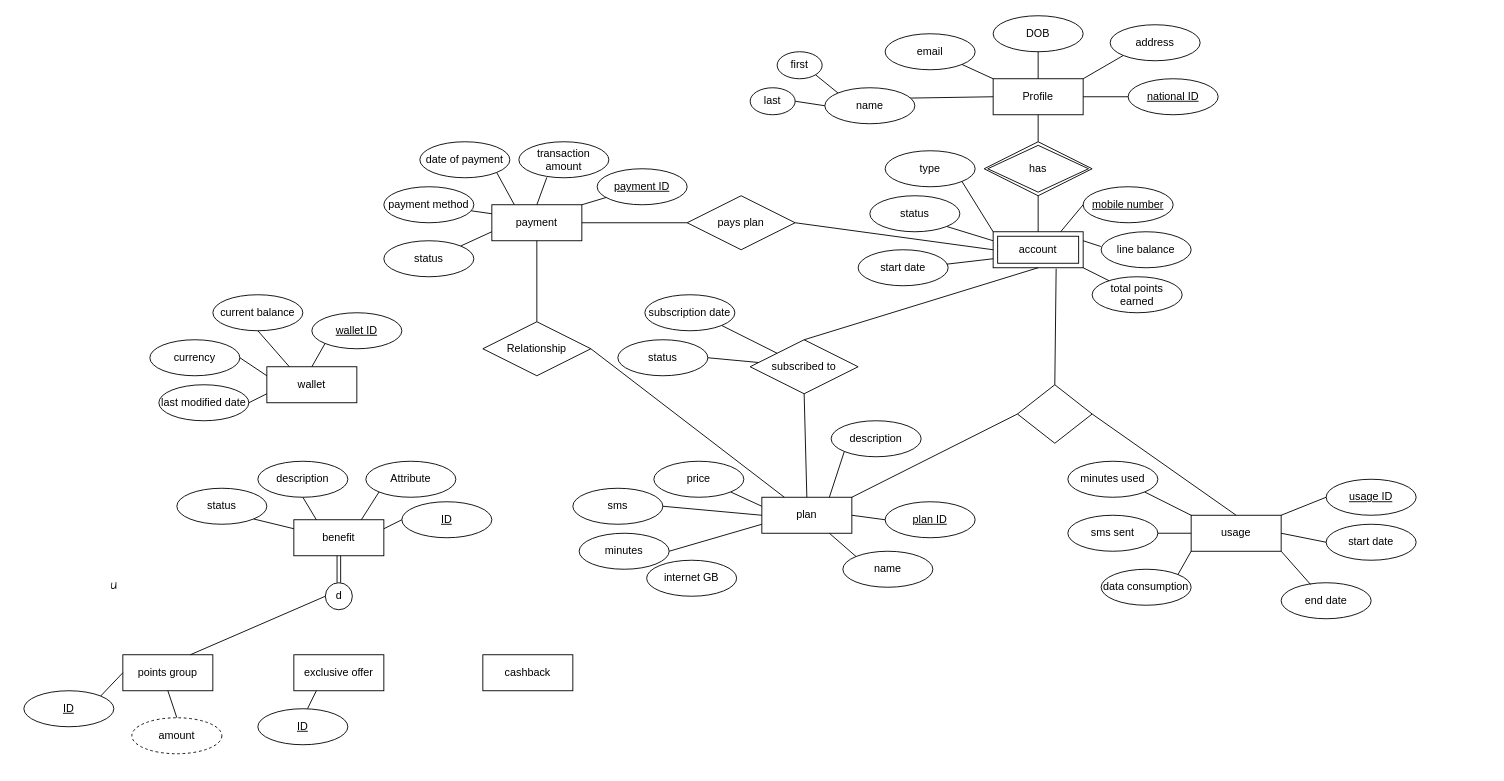
The draw.io diagram Milestone1_EERD.drawio in rogereliass/Telecom-Customer-Data-Management-System, before the edit. Source tidied: cells renumbered, new cells numbered last; positions are measured from the earlier drawing's top-left corner, leaving out a move shared by most shapes. Both pictures are drawn from the tidied source at 90%, with x=0, y=0 at pixel (23, 15).
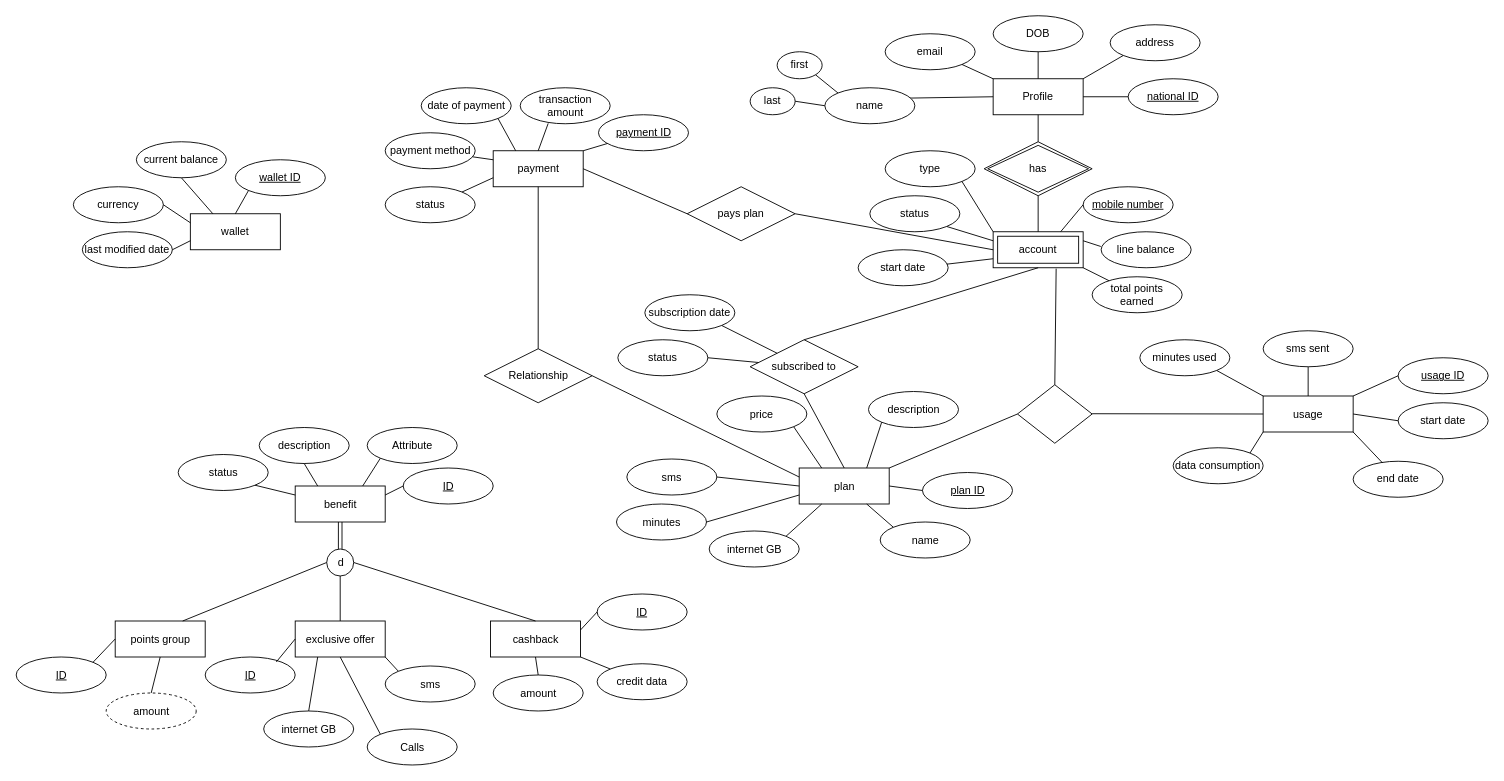
After the change.

Unchanged cells that the change refers to:
```xml
<mxCell id="34" style="shape=rhombus;perimeter=rhombusPerimeter;whiteSpace=wrap;html=1;align=center;" parent="1" vertex="1">
  <mxGeometry x="1104" y="410" width="83" height="65" as="geometry" />
</mxCell>
```

Diff of the diagram source:
```diff
@@
     <mxCell id="17" value="plan" style="whiteSpace=wrap;html=1;align=center;" parent="1" vertex="1">
-      <mxGeometry x="820" y="535" width="100" height="40" as="geometry" />
+      <mxGeometry x="861.5" y="502.5" width="100" height="40" as="geometry" />
     </mxCell>
@@
     <mxCell id="20" value="description" style="ellipse;whiteSpace=wrap;html=1;align=center;" parent="1" vertex="1">
-      <mxGeometry x="897" y="450" width="100" height="40" as="geometry" />
+      <mxGeometry x="938.5" y="417.5" width="100" height="40" as="geometry" />
     </mxCell>
     <mxCell id="21" value="minutes" style="ellipse;whiteSpace=wrap;html=1;align=center;" parent="1" vertex="1">
-      <mxGeometry x="617" y="575" width="100" height="40" as="geometry" />
+      <mxGeometry x="658.5" y="542.5" width="100" height="40" as="geometry" />
     </mxCell>
     <mxCell id="22" value="sms" style="ellipse;whiteSpace=wrap;html=1;align=center;" parent="1" vertex="1">
-      <mxGeometry x="610" y="525" width="100" height="40" as="geometry" />
+      <mxGeometry x="670" y="492.5" width="100" height="40" as="geometry" />
     </mxCell>
     <mxCell id="23" value="price" style="ellipse;whiteSpace=wrap;html=1;align=center;" parent="1" vertex="1">
-      <mxGeometry x="700" y="495" width="100" height="40" as="geometry" />
+      <mxGeometry x="770" y="422.5" width="100" height="40" as="geometry" />
     </mxCell>
     <mxCell id="24" value="name" style="ellipse;whiteSpace=wrap;html=1;align=center;" parent="1" vertex="1">
-      <mxGeometry x="910" y="595" width="100" height="40" as="geometry" />
+      <mxGeometry x="951.5" y="562.5" width="100" height="40" as="geometry" />
     </mxCell>
     <mxCell id="25" value="plan ID" style="ellipse;whiteSpace=wrap;html=1;align=center;fontStyle=4;" parent="1" vertex="1">
-      <mxGeometry x="957" y="540" width="100" height="40" as="geometry" />
+      <mxGeometry x="998.5" y="507.5" width="100" height="40" as="geometry" />
     </mxCell>
     <mxCell id="26" value="internet GB" style="ellipse;whiteSpace=wrap;html=1;align=center;" parent="1" vertex="1">
-      <mxGeometry x="692" y="605" width="100" height="40" as="geometry" />
+      <mxGeometry x="761.5" y="572.5" width="100" height="40" as="geometry" />
     </mxCell>
     <mxCell id="27" value="usage" style="whiteSpace=wrap;html=1;align=center;" parent="1" vertex="1">
-      <mxGeometry x="1297" y="555" width="100" height="40" as="geometry" />
+      <mxGeometry x="1377" y="422.5" width="100" height="40" as="geometry" />
     </mxCell>
     <mxCell id="28" value="usage ID" style="ellipse;whiteSpace=wrap;html=1;align=center;fontStyle=4;" parent="1" vertex="1">
-      <mxGeometry x="1447" y="515" width="100" height="40" as="geometry" />
+      <mxGeometry x="1527" y="380" width="100" height="40" as="geometry" />
     </mxCell>
     <mxCell id="29" value="data consumption" style="ellipse;whiteSpace=wrap;html=1;align=center;" parent="1" vertex="1">
-      <mxGeometry x="1197" y="615" width="100" height="40" as="geometry" />
+      <mxGeometry x="1277" y="480" width="100" height="40" as="geometry" />
     </mxCell>
-    <mxCell id="30" value="sms sent" style="ellipse;whiteSpace=wrap;html=1;align=center;" parent="1" vertex="1">
-      <mxGeometry x="1160" y="555" width="100" height="40" as="geometry" />
-    </mxCell>
     <mxCell id="31" value="minutes used" style="ellipse;whiteSpace=wrap;html=1;align=center;" parent="1" vertex="1">
-      <mxGeometry x="1160" y="495" width="100" height="40" as="geometry" />
+      <mxGeometry x="1240" y="360" width="100" height="40" as="geometry" />
     </mxCell>
     <mxCell id="32" value="end date" style="ellipse;whiteSpace=wrap;html=1;align=center;" parent="1" vertex="1">
-      <mxGeometry x="1397" y="630" width="100" height="40" as="geometry" />
+      <mxGeometry x="1477" y="495" width="100" height="40" as="geometry" />
     </mxCell>
     <mxCell id="33" value="start date" style="ellipse;whiteSpace=wrap;html=1;align=center;" parent="1" vertex="1">
-      <mxGeometry x="1447" y="565" width="100" height="40" as="geometry" />
+      <mxGeometry x="1527" y="430" width="100" height="40" as="geometry" />
     </mxCell>
@@
-    <mxCell id="37" style="endArrow=none;html=1;rounded=0;exitX=1;exitY=0.5;exitDx=0;exitDy=0;entryX=0.5;entryY=0;entryDx=0;entryDy=0;" parent="1" edge="1" source="34" target="27">
-      <mxGeometry relative="1" as="geometry" />
-    </mxCell>
@@
     <mxCell id="41" value="payment" style="whiteSpace=wrap;html=1;align=center;" parent="1" vertex="1">
-      <mxGeometry x="520" y="210" width="100" height="40" as="geometry" />
+      <mxGeometry x="521.5" y="150" width="100" height="40" as="geometry" />
     </mxCell>
     <mxCell id="42" value="pays plan" style="shape=rhombus;perimeter=rhombusPerimeter;whiteSpace=wrap;html=1;align=center;" parent="1" vertex="1">
-      <mxGeometry x="737" y="200" width="120" height="60" as="geometry" />
+      <mxGeometry x="737" y="190" width="120" height="60" as="geometry" />
     </mxCell>
@@
-    <mxCell id="45" style="endArrow=none;html=1;rounded=0;entryX=0;entryY=0.5;entryDx=0;entryDy=0;exitX=1;exitY=0.5;exitDx=0;exitDy=0;" parent="1" edge="1" source="41" target="42">
+    <mxCell id="45" style="endArrow=none;html=1;rounded=0;exitX=1;exitY=0.5;exitDx=0;exitDy=0;entryX=0;entryY=0.5;entryDx=0;entryDy=0;" parent="1" edge="1" source="41" target="42">
       <mxGeometry relative="1" as="geometry" />
     </mxCell>
     <mxCell id="46" value="Relationship" style="shape=rhombus;perimeter=rhombusPerimeter;whiteSpace=wrap;html=1;align=center;" parent="1" vertex="1">
-      <mxGeometry x="510" y="340" width="120" height="60" as="geometry" />
+      <mxGeometry x="511.5" y="370" width="120" height="60" as="geometry" />
     </mxCell>
@@
-    <mxCell id="48" style="endArrow=none;html=1;rounded=0;entryX=0.25;entryY=0;entryDx=0;entryDy=0;exitX=1;exitY=0.5;exitDx=0;exitDy=0;" parent="1" edge="1" source="46" target="17">
+    <mxCell id="48" style="endArrow=none;html=1;rounded=0;exitX=1;exitY=0.5;exitDx=0;exitDy=0;entryX=0;entryY=0.25;entryDx=0;entryDy=0;" parent="1" edge="1" source="46" target="17">
       <mxGeometry relative="1" as="geometry" />
     </mxCell>
     <mxCell id="49" value="transaction amount" style="ellipse;whiteSpace=wrap;html=1;align=center;" parent="1" vertex="1">
-      <mxGeometry x="550" y="140" width="100" height="40" as="geometry" />
+      <mxGeometry x="551.5" y="80" width="100" height="40" as="geometry" />
     </mxCell>
     <mxCell id="50" value="date of payment" style="ellipse;whiteSpace=wrap;html=1;align=center;" parent="1" vertex="1">
-      <mxGeometry x="440" y="140" width="100" height="40" as="geometry" />
+      <mxGeometry x="441.5" y="80" width="100" height="40" as="geometry" />
     </mxCell>
     <mxCell id="51" value="payment method" style="ellipse;whiteSpace=wrap;html=1;align=center;" parent="1" vertex="1">
-      <mxGeometry x="400" y="190" width="100" height="40" as="geometry" />
+      <mxGeometry x="401.5" y="130" width="100" height="40" as="geometry" />
     </mxCell>
     <mxCell id="52" value="status" style="ellipse;whiteSpace=wrap;html=1;align=center;" parent="1" vertex="1">
-      <mxGeometry x="400" y="250" width="100" height="40" as="geometry" />
+      <mxGeometry x="401.5" y="190" width="100" height="40" as="geometry" />
     </mxCell>
     <mxCell id="53" value="payment ID" style="ellipse;whiteSpace=wrap;html=1;align=center;fontStyle=4;" parent="1" vertex="1">
-      <mxGeometry x="637" y="170" width="100" height="40" as="geometry" />
+      <mxGeometry x="638.5" y="110" width="100" height="40" as="geometry" />
     </mxCell>
     <mxCell id="54" style="endArrow=none;html=1;rounded=0;exitX=1;exitY=0;exitDx=0;exitDy=0;" parent="1" edge="1" source="52">
       <mxGeometry relative="1" as="geometry">
-        <mxPoint x="520" y="240" as="targetPoint" />
+        <mxPoint x="521.5" y="180" as="targetPoint" />
       </mxGeometry>
     </mxCell>
@@
-    <mxCell id="79" style="endArrow=none;html=1;rounded=0;entryX=0;entryY=0.5;entryDx=0;entryDy=0;exitX=1;exitY=0.5;exitDx=0;exitDy=0;" parent="1" edge="1" source="30" target="27">
+    <mxCell id="79" style="endArrow=none;html=1;rounded=0;entryX=0.5;entryY=0;entryDx=0;entryDy=0;exitX=0.5;exitY=1;exitDx=0;exitDy=0;" parent="1" edge="1" source="30" target="27">
       <mxGeometry relative="1" as="geometry" />
     </mxCell>
@@
-    <mxCell id="83" style="endArrow=none;html=1;rounded=0;exitX=1;exitY=1;exitDx=0;exitDy=0;entryX=0;entryY=0.25;entryDx=0;entryDy=0;" parent="1" edge="1" source="23" target="17">
+    <mxCell id="83" style="endArrow=none;html=1;rounded=0;exitX=1;exitY=1;exitDx=0;exitDy=0;entryX=0.25;entryY=0;entryDx=0;entryDy=0;" parent="1" edge="1" source="23" target="17">
       <mxGeometry relative="1" as="geometry" />
     </mxCell>
@@
     <mxCell id="89" value="wallet" style="whiteSpace=wrap;html=1;align=center;" parent="1" vertex="1">
-      <mxGeometry x="270" y="390" width="100" height="40" as="geometry" />
+      <mxGeometry x="185" y="220" width="100" height="40" as="geometry" />
     </mxCell>
     <mxCell id="90" value="current balance" style="ellipse;whiteSpace=wrap;html=1;align=center;" parent="1" vertex="1">
-      <mxGeometry x="210" y="310" width="100" height="40" as="geometry" />
+      <mxGeometry x="125" y="140" width="100" height="40" as="geometry" />
     </mxCell>
     <mxCell id="91" value="last modified date" style="ellipse;whiteSpace=wrap;html=1;align=center;" parent="1" vertex="1">
-      <mxGeometry x="150" y="410" width="100" height="40" as="geometry" />
+      <mxGeometry x="65" y="240" width="100" height="40" as="geometry" />
     </mxCell>
     <mxCell id="92" value="currency" style="ellipse;whiteSpace=wrap;html=1;align=center;" parent="1" vertex="1">
-      <mxGeometry x="140" y="360" width="100" height="40" as="geometry" />
+      <mxGeometry x="55" y="190" width="100" height="40" as="geometry" />
     </mxCell>
@@
     <mxCell id="96" value="wallet ID" style="ellipse;whiteSpace=wrap;html=1;align=center;fontStyle=4;" parent="1" vertex="1">
-      <mxGeometry x="320" y="330" width="100" height="40" as="geometry" />
+      <mxGeometry x="235" y="160" width="100" height="40" as="geometry" />
     </mxCell>
@@
     <mxCell id="98" value="benefit" style="whiteSpace=wrap;html=1;align=center;" parent="1" vertex="1">
-      <mxGeometry x="300" y="560" width="100" height="40" as="geometry" />
+      <mxGeometry x="301.5" y="522.5" width="100" height="40" as="geometry" />
     </mxCell>
     <mxCell id="99" value="Attribute" style="ellipse;whiteSpace=wrap;html=1;align=center;" parent="1" vertex="1">
-      <mxGeometry x="380" y="495" width="100" height="40" as="geometry" />
+      <mxGeometry x="381.5" y="457.5" width="100" height="40" as="geometry" />
     </mxCell>
     <mxCell id="100" value="status" style="ellipse;whiteSpace=wrap;html=1;align=center;" parent="1" vertex="1">
-      <mxGeometry x="170" y="525" width="100" height="40" as="geometry" />
+      <mxGeometry x="171.5" y="487.5" width="100" height="40" as="geometry" />
     </mxCell>
     <mxCell id="101" value="description" style="ellipse;whiteSpace=wrap;html=1;align=center;" parent="1" vertex="1">
-      <mxGeometry x="260" y="495" width="100" height="40" as="geometry" />
+      <mxGeometry x="261.5" y="457.5" width="100" height="40" as="geometry" />
     </mxCell>
     <mxCell id="102" value="ID" style="ellipse;whiteSpace=wrap;html=1;align=center;fontStyle=4;" parent="1" vertex="1">
-      <mxGeometry x="420" y="540" width="100" height="40" as="geometry" />
+      <mxGeometry x="421.5" y="502.5" width="100" height="40" as="geometry" />
     </mxCell>
@@
     <mxCell id="107" style="ellipse;whiteSpace=wrap;html=1;align=center;fillColor=none;strokeColor=none;perimeter=centerPerimeter;" parent="1" vertex="1">
-      <mxGeometry x="610" y="540" width="10" height="10" as="geometry" />
+      <mxGeometry x="651.5" y="507.5" width="10" height="10" as="geometry" />
     </mxCell>
     <mxCell id="108" style="ellipse;whiteSpace=wrap;html=1;align=center;fillColor=none;strokeColor=none;perimeter=centerPerimeter;" parent="1" vertex="1">
-      <mxGeometry x="520" y="640" width="10" height="10" as="geometry" />
+      <mxGeometry x="521.5" y="602.5" width="10" height="10" as="geometry" />
     </mxCell>
     <mxCell id="109" value="d" style="ellipse;html=1;" parent="1" vertex="1">
-      <mxGeometry x="335" y="630" width="30" height="30" as="geometry" />
+      <mxGeometry x="336.5" y="592.5" width="30" height="30" as="geometry" />
     </mxCell>
     <mxCell id="110" value="exclusive offer" style="whiteSpace=wrap;html=1;align=center;" parent="1" vertex="1">
-      <mxGeometry x="300" y="710" width="100" height="40" as="geometry" />
+      <mxGeometry x="301.5" y="672.5" width="100" height="40" as="geometry" />
     </mxCell>
     <mxCell id="111" value="points group" style="whiteSpace=wrap;html=1;align=center;" parent="1" vertex="1">
-      <mxGeometry x="110" y="710" width="100" height="40" as="geometry" />
+      <mxGeometry x="101.5" y="672.5" width="100" height="40" as="geometry" />
     </mxCell>
     <mxCell id="112" value="cashback" style="whiteSpace=wrap;html=1;align=center;" parent="1" vertex="1">
-      <mxGeometry x="510" y="710" width="100" height="40" as="geometry" />
+      <mxGeometry x="518.5" y="672.5" width="100" height="40" as="geometry" />
     </mxCell>
     <mxCell id="113" value="ID" style="ellipse;whiteSpace=wrap;html=1;align=center;fontStyle=4;" parent="1" vertex="1">
-      <mxGeometry y="750" width="100" height="40" as="geometry" />
+      <mxGeometry x="-8.5" y="712.5" width="100" height="40" as="geometry" />
     </mxCell>
@@
     <mxCell id="115" value="amount" style="ellipse;whiteSpace=wrap;html=1;align=center;dashed=1;" parent="1" vertex="1">
-      <mxGeometry x="120" y="780" width="100" height="40" as="geometry" />
+      <mxGeometry x="91.5" y="752.5" width="100" height="40" as="geometry" />
     </mxCell>
@@
     <mxCell id="117" value="ID" style="ellipse;whiteSpace=wrap;html=1;align=center;fontStyle=4;" parent="1" vertex="1">
-      <mxGeometry x="260" y="770" width="100" height="40" as="geometry" />
+      <mxGeometry x="201.5" y="712.5" width="100" height="40" as="geometry" />
     </mxCell>
-    <mxCell id="118" style="endArrow=none;html=1;rounded=0;entryX=0.25;entryY=1;entryDx=0;entryDy=0;exitX=0.552;exitY=-0.002;exitDx=0;exitDy=0;exitPerimeter=0;" parent="1" edge="1" source="117" target="110">
-      <mxGeometry relative="1" as="geometry" />
-    </mxCell>
@@
     <mxCell id="120" style="ellipse;whiteSpace=wrap;html=1;align=center;fillColor=none;strokeColor=none;perimeter=centerPerimeter;" parent="1" vertex="1">
-      <mxGeometry x="290" y="670" width="10" height="10" as="geometry" />
+      <mxGeometry x="291.5" y="632.5" width="10" height="10" as="geometry" />
     </mxCell>
@@
-    <mxCell id="122" value="&lt;font face=&quot;Comic Sans MS&quot;&gt;U&lt;/font&gt;" style="text;html=1;align=center;verticalAlign=middle;strokeColor=none;fillColor=none;" parent="1" vertex="1">
-      <mxGeometry x="85" y="618" width="30" height="30" as="geometry" />
-    </mxCell>
+    <mxCell id="123" style="endArrow=none;html=1;rounded=0;exitX=0.5;exitY=0;exitDx=0;exitDy=0;entryX=0.5;entryY=1;entryDx=0;entryDy=0;" parent="1" edge="1" source="110" target="109">
+      <mxGeometry relative="1" as="geometry" />
+    </mxCell>
+    <mxCell id="124" style="endArrow=none;html=1;rounded=0;exitX=0.5;exitY=0;exitDx=0;exitDy=0;entryX=1;entryY=0.5;entryDx=0;entryDy=0;" parent="1" edge="1" source="112" target="109">
+      <mxGeometry relative="1" as="geometry" />
+    </mxCell>
+    <mxCell id="125" value="sms" style="ellipse;whiteSpace=wrap;html=1;align=center;" parent="1" vertex="1">
+      <mxGeometry x="401.5" y="722.5" width="100" height="40" as="geometry" />
+    </mxCell>
+    <mxCell id="126" value="Calls" style="ellipse;whiteSpace=wrap;html=1;align=center;" parent="1" vertex="1">
+      <mxGeometry x="381.5" y="792.5" width="100" height="40" as="geometry" />
+    </mxCell>
+    <mxCell id="127" value="internet GB" style="ellipse;whiteSpace=wrap;html=1;align=center;" parent="1" vertex="1">
+      <mxGeometry x="266.5" y="772.5" width="100" height="40" as="geometry" />
+    </mxCell>
+    <mxCell id="118" style="endArrow=none;html=1;rounded=0;exitX=0.79;exitY=0.138;exitDx=0;exitDy=0;entryX=0;entryY=0.5;entryDx=0;entryDy=0;exitPerimeter=0;" parent="1" edge="1" source="117" target="110">
+      <mxGeometry relative="1" as="geometry" />
+    </mxCell>
+    <mxCell id="128" style="endArrow=none;html=1;rounded=0;entryX=0.5;entryY=0;entryDx=0;entryDy=0;exitX=0.25;exitY=1;exitDx=0;exitDy=0;" parent="1" edge="1" source="110" target="127">
+      <mxGeometry relative="1" as="geometry" />
+    </mxCell>
+    <mxCell id="129" style="endArrow=none;html=1;rounded=0;entryX=0;entryY=0;entryDx=0;entryDy=0;exitX=0.5;exitY=1;exitDx=0;exitDy=0;" parent="1" edge="1" source="110" target="126">
+      <mxGeometry relative="1" as="geometry" />
+    </mxCell>
+    <mxCell id="130" style="endArrow=none;html=1;rounded=0;entryX=0;entryY=0;entryDx=0;entryDy=0;exitX=1;exitY=1;exitDx=0;exitDy=0;" parent="1" edge="1" source="110" target="125">
+      <mxGeometry relative="1" as="geometry" />
+    </mxCell>
+    <mxCell id="131" value="credit data" style="ellipse;whiteSpace=wrap;html=1;align=center;" parent="1" vertex="1">
+      <mxGeometry x="637" y="720" width="100" height="40" as="geometry" />
+    </mxCell>
+    <mxCell id="132" value="amount" style="ellipse;whiteSpace=wrap;html=1;align=center;" parent="1" vertex="1">
+      <mxGeometry x="521.5" y="732.5" width="100" height="40" as="geometry" />
+    </mxCell>
+    <mxCell id="133" value="ID" style="ellipse;whiteSpace=wrap;html=1;align=center;fontStyle=4;" parent="1" vertex="1">
+      <mxGeometry x="637" y="642.5" width="100" height="40" as="geometry" />
+    </mxCell>
+    <mxCell id="134" style="endArrow=none;html=1;rounded=0;entryX=1;entryY=0.25;entryDx=0;entryDy=0;exitX=0;exitY=0.5;exitDx=0;exitDy=0;" parent="1" edge="1" source="133" target="112">
+      <mxGeometry relative="1" as="geometry" />
+    </mxCell>
+    <mxCell id="135" style="endArrow=none;html=1;rounded=0;entryX=0.5;entryY=0;entryDx=0;entryDy=0;exitX=0.5;exitY=1;exitDx=0;exitDy=0;" parent="1" edge="1" source="112" target="132">
+      <mxGeometry relative="1" as="geometry" />
+    </mxCell>
+    <mxCell id="136" style="endArrow=none;html=1;rounded=0;entryX=0;entryY=0;entryDx=0;entryDy=0;exitX=1;exitY=1;exitDx=0;exitDy=0;" parent="1" edge="1" source="112" target="131">
+      <mxGeometry relative="1" as="geometry" />
+    </mxCell>
+    <mxCell id="30" value="sms sent" style="ellipse;whiteSpace=wrap;html=1;align=center;" parent="1" vertex="1">
+      <mxGeometry x="1377" y="350" width="100" height="40" as="geometry" />
+    </mxCell>
+    <mxCell id="137" style="endArrow=none;html=1;rounded=0;entryX=0;entryY=0.5;entryDx=0;entryDy=0;" parent="1" edge="1" target="27">
+      <mxGeometry relative="1" as="geometry">
+        <mxPoint x="1187" y="442.2" as="sourcePoint" />
+      </mxGeometry>
+    </mxCell>
+    <mxCell id="138" style="endArrow=none;html=1;rounded=0;exitX=1;exitY=0;exitDx=0;exitDy=0;entryX=0.25;entryY=1;entryDx=0;entryDy=0;" parent="1" edge="1" source="26" target="17">
+      <mxGeometry relative="1" as="geometry" />
+    </mxCell>
```
